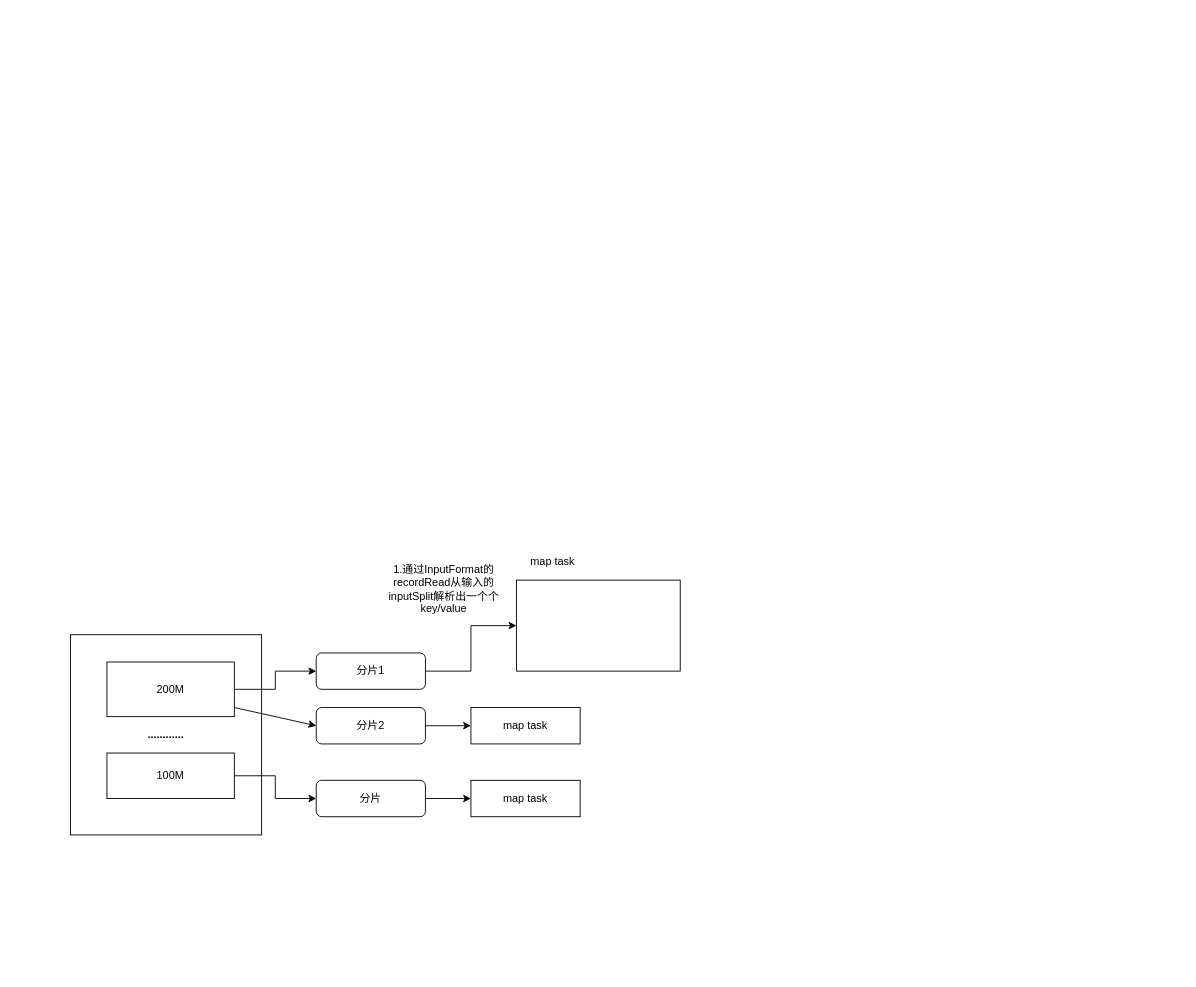
Earlier version of the draw.io diagram fangtu/.drawio.drawio (Chenhonli/mycode). Source tidied: cells renumbered, new cells numbered last; positions are measured from the earlier drawing's top-left corner, leaving out a move shared by most shapes. Both pictures are drawn from the tidied source at 91%, with x=0, y=0 at pixel (70, 552).
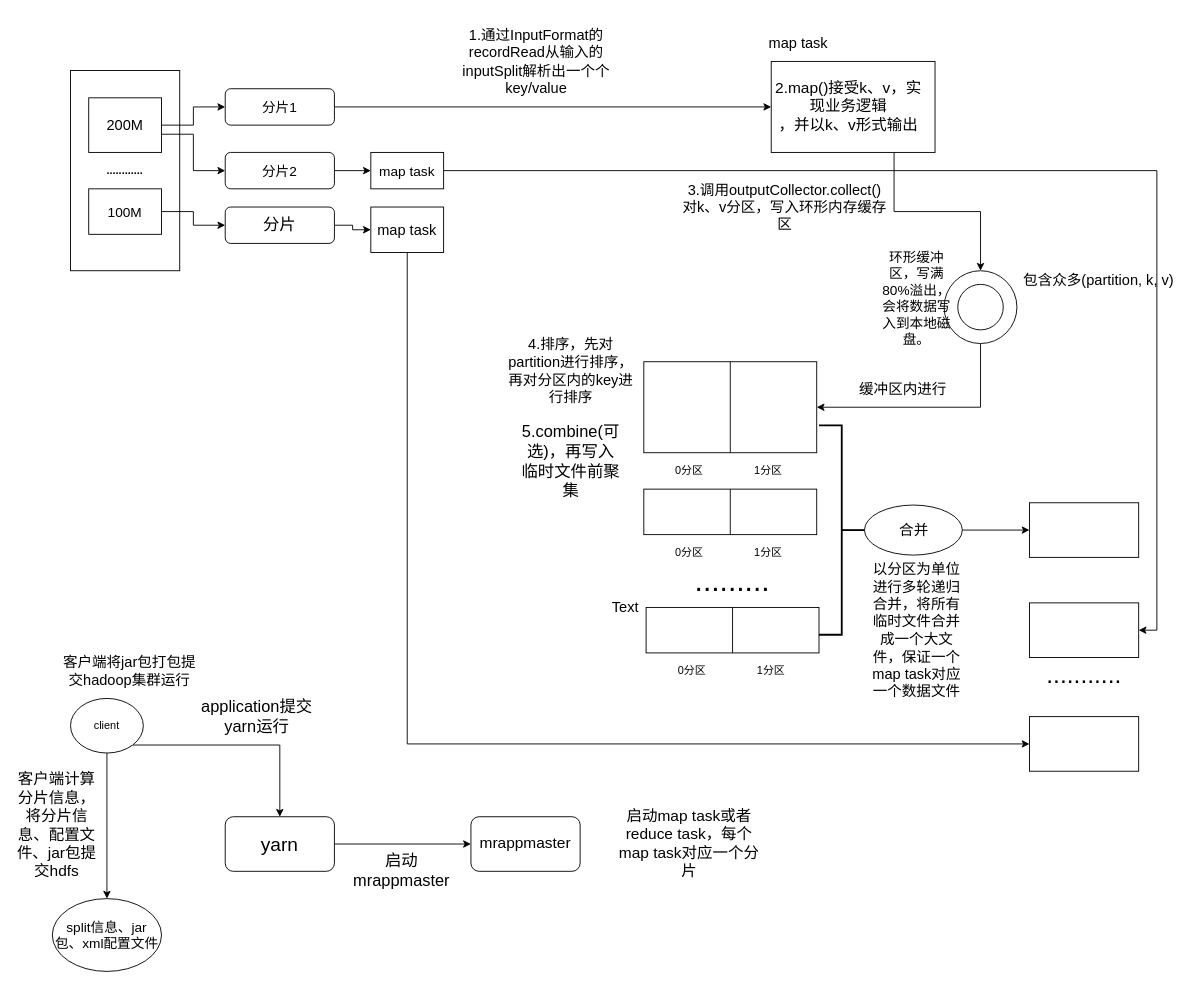
The same diagram, later.

What changed in the source:
```diff
@@
     <mxCell id="2" value="&lt;b&gt;............&lt;/b&gt;" style="rounded=0;whiteSpace=wrap;html=1;" parent="1" vertex="1">
-      <mxGeometry y="90" width="210" height="220" as="geometry" />
+      <mxGeometry y="-530" width="120" height="220" as="geometry" />
     </mxCell>
+    <mxCell id="19" style="edgeStyle=orthogonalEdgeStyle;rounded=0;jettySize=auto;html=1;" parent="1" edge="1" source="4" target="10">
+      <mxGeometry relative="1" as="geometry">
+        <Array as="points">
+          <mxPoint x="135" y="-460" />
+          <mxPoint x="135" y="-420" />
+        </Array>
+      </mxGeometry>
+    </mxCell>
     <mxCell id="3" style="edgeStyle=orthogonalEdgeStyle;rounded=0;jettySize=auto;html=1;entryX=0;entryY=0.5;entryDx=0;entryDy=0;" parent="1" edge="1" source="4" target="8">
-      <mxGeometry relative="1" as="geometry">
-        <Array as="points">
-          <mxPoint x="225" y="150" />
-          <mxPoint x="225" y="130" />
-        </Array>
-      </mxGeometry>
+      <mxGeometry relative="1" as="geometry" />
     </mxCell>
-    <mxCell id="4" value="200M" style="rounded=0;whiteSpace=wrap;html=1;" parent="1" vertex="1">
-      <mxGeometry x="40" y="120" width="140" height="60" as="geometry" />
+    <mxCell id="4" value="200M" style="rounded=0;whiteSpace=wrap;html=1;fontSize=16;" parent="1" vertex="1">
+      <mxGeometry x="20" y="-500" width="80" height="60" as="geometry" />
     </mxCell>
@@
-    <mxCell id="6" value="100M" style="rounded=0;whiteSpace=wrap;html=1;" parent="1" vertex="1">
-      <mxGeometry x="40" y="220" width="140" height="50" as="geometry" />
+    <mxCell id="6" value="100M" style="rounded=0;whiteSpace=wrap;html=1;fontSize=15;" parent="1" vertex="1">
+      <mxGeometry x="20" y="-400" width="80" height="50" as="geometry" />
     </mxCell>
@@
-    <mxCell id="8" value="分片1" style="rounded=1;whiteSpace=wrap;html=1;" parent="1" vertex="1">
-      <mxGeometry x="270" y="110" width="120" height="40" as="geometry" />
+    <mxCell id="8" value="分片1" style="rounded=1;whiteSpace=wrap;html=1;fontSize=15;" parent="1" vertex="1">
+      <mxGeometry x="170" y="-510" width="120" height="40" as="geometry" />
     </mxCell>
@@
-    <mxCell id="10" value="分片2" style="rounded=1;whiteSpace=wrap;html=1;" parent="1" vertex="1">
-      <mxGeometry x="270" y="170" width="120" height="40" as="geometry" />
+    <mxCell id="10" value="分片2" style="rounded=1;whiteSpace=wrap;html=1;fontSize=15;" parent="1" vertex="1">
+      <mxGeometry x="170" y="-440" width="120" height="40" as="geometry" />
     </mxCell>
-    <mxCell id="11" style="endArrow=classic;html=1;entryX=0;entryY=0.5;entryDx=0;entryDy=0;" parent="1" edge="1" target="10">
-      <mxGeometry relative="1" as="geometry">
-        <mxPoint x="180" y="170" as="sourcePoint" />
-        <Array as="points">
-          <mxPoint x="180" y="170" />
-        </Array>
-      </mxGeometry>
-    </mxCell>
@@
-    <mxCell id="13" value="分片" style="rounded=1;whiteSpace=wrap;html=1;" parent="1" vertex="1">
-      <mxGeometry x="270" y="250" width="120" height="40" as="geometry" />
+    <mxCell id="13" value="分片" style="rounded=1;whiteSpace=wrap;html=1;fontSize=18;" parent="1" vertex="1">
+      <mxGeometry x="170" y="-380" width="120" height="40" as="geometry" />
     </mxCell>
+    <mxCell id="20" style="edgeStyle=orthogonalEdgeStyle;rounded=0;jettySize=auto;html=1;exitX=0.75;exitY=1;exitDx=0;exitDy=0;entryX=0.5;entryY=0;entryDx=0;entryDy=0;" parent="1" edge="1" source="14" target="26">
+      <mxGeometry relative="1" as="geometry" />
+    </mxCell>
     <mxCell id="14" style="rounded=0;whiteSpace=wrap;html=1;" parent="1" vertex="1">
-      <mxGeometry x="490" y="30" width="180" height="100" as="geometry" />
+      <mxGeometry x="770" y="-540" width="180" height="100" as="geometry" />
     </mxCell>
+    <mxCell id="21" style="edgeStyle=orthogonalEdgeStyle;rounded=0;jettySize=auto;html=1;exitX=0.5;exitY=1;exitDx=0;exitDy=0;entryX=0;entryY=0.5;entryDx=0;entryDy=0;fontSize=27;" parent="1" edge="1" source="15" target="63">
+      <mxGeometry relative="1" as="geometry" />
+    </mxCell>
-    <mxCell id="15" value="map task" style="rounded=0;whiteSpace=wrap;html=1;" parent="1" vertex="1">
-      <mxGeometry x="440" y="250" width="120" height="40" as="geometry" />
+    <mxCell id="15" value="map task" style="rounded=0;whiteSpace=wrap;html=1;fontSize=16;" parent="1" vertex="1">
+      <mxGeometry x="330" y="-380" width="80" height="50" as="geometry" />
     </mxCell>
+    <mxCell id="22" style="edgeStyle=orthogonalEdgeStyle;rounded=0;jettySize=auto;html=1;exitX=1;exitY=0.5;exitDx=0;exitDy=0;entryX=1;entryY=0.5;entryDx=0;entryDy=0;fontSize=27;" parent="1" edge="1" source="16" target="64">
+      <mxGeometry relative="1" as="geometry" />
+    </mxCell>
-    <mxCell id="16" value="map task" style="rounded=0;whiteSpace=wrap;html=1;" parent="1" vertex="1">
-      <mxGeometry x="440" y="170" width="120" height="40" as="geometry" />
+    <mxCell id="16" value="map task" style="rounded=0;whiteSpace=wrap;html=1;fontSize=15;" parent="1" vertex="1">
+      <mxGeometry x="330" y="-440" width="80" height="40" as="geometry" />
     </mxCell>
-    <mxCell id="17" value="map task" style="text;html=1;strokeColor=none;fillColor=none;align=center;verticalAlign=middle;whiteSpace=wrap;rounded=0;" parent="1" vertex="1">
-      <mxGeometry x="480" width="100" height="20" as="geometry" />
+    <mxCell id="17" value="map task" style="text;html=1;strokeColor=none;fillColor=none;align=center;verticalAlign=middle;whiteSpace=wrap;rounded=0;fontSize=16;" parent="1" vertex="1">
+      <mxGeometry x="750" y="-570" width="100" height="20" as="geometry" />
     </mxCell>
+    <mxCell id="23" value="2.map()接受k、v，实现业务逻辑&lt;br style=&quot;font-size: 17px;&quot;&gt;，并以k、v形式输出" style="text;html=1;strokeColor=none;fillColor=none;align=center;verticalAlign=middle;whiteSpace=wrap;rounded=0;fontSize=17;" parent="1" vertex="1">
+      <mxGeometry x="770" y="-530" width="170" height="80" as="geometry" />
+    </mxCell>
+    <mxCell id="24" style="rounded=0;whiteSpace=wrap;html=1;" parent="1" vertex="1">
+      <mxGeometry x="630" y="-210" width="190" height="100" as="geometry" />
+    </mxCell>
+    <mxCell id="25" style="edgeStyle=orthogonalEdgeStyle;rounded=0;jettySize=auto;html=1;exitX=0.5;exitY=1;exitDx=0;exitDy=0;entryX=1;entryY=0.5;entryDx=0;entryDy=0;" parent="1" edge="1" source="26" target="24">
+      <mxGeometry relative="1" as="geometry" />
+    </mxCell>
+    <mxCell id="26" style="ellipse;whiteSpace=wrap;html=1;" parent="1" vertex="1">
+      <mxGeometry x="960" y="-310" width="80" height="80" as="geometry" />
+    </mxCell>
+    <mxCell id="27" style="ellipse;whiteSpace=wrap;html=1;" parent="1" vertex="1">
+      <mxGeometry x="975" y="-295" width="50" height="50" as="geometry" />
+    </mxCell>
+    <mxCell id="28" value="3.调用outputCollector.collect()&lt;br style=&quot;font-size: 16px;&quot;&gt;对k、v分区，写入环形内存缓存区" style="text;html=1;strokeColor=none;fillColor=none;align=center;verticalAlign=middle;whiteSpace=wrap;rounded=0;fontSize=16;" parent="1" vertex="1">
+      <mxGeometry x="670" y="-430" width="230" height="100" as="geometry" />
+    </mxCell>
+    <mxCell id="29" style="endArrow=none;html=1;entryX=0.5;entryY=0;entryDx=0;entryDy=0;" parent="1" edge="1" target="24">
+      <mxGeometry relative="1" as="geometry">
+        <mxPoint x="725" y="-110" as="sourcePoint" />
+      </mxGeometry>
+    </mxCell>
+    <mxCell id="30" value="0分区" style="text;html=1;strokeColor=none;fillColor=none;align=center;verticalAlign=middle;whiteSpace=wrap;rounded=0;" parent="1" vertex="1">
+      <mxGeometry x="660" y="-100" width="40" height="20" as="geometry" />
+    </mxCell>
+    <mxCell id="31" value="1分区" style="text;html=1;strokeColor=none;fillColor=none;align=center;verticalAlign=middle;whiteSpace=wrap;rounded=0;" parent="1" vertex="1">
+      <mxGeometry x="747" y="-100" width="40" height="20" as="geometry" />
+    </mxCell>
+    <mxCell id="32" value="环形缓冲区，写满80%溢出，会将数据写入到本地磁盘。" style="text;html=1;strokeColor=none;fillColor=none;align=center;verticalAlign=middle;whiteSpace=wrap;rounded=0;fontSize=15;" parent="1" vertex="1">
+      <mxGeometry x="890" y="-310" width="80" height="60" as="geometry" />
+    </mxCell>
+    <mxCell id="33" value="包含众多(partition, k, v)" style="text;html=1;strokeColor=none;fillColor=none;align=center;verticalAlign=middle;whiteSpace=wrap;rounded=0;fontSize=16;" parent="1" vertex="1">
+      <mxGeometry x="1040" y="-310" width="180" height="20" as="geometry" />
+    </mxCell>
+    <mxCell id="34" value="4.排序，先对partition进行排序，再对分区内的key进行排序" style="text;html=1;strokeColor=none;fillColor=none;align=center;verticalAlign=middle;whiteSpace=wrap;rounded=0;fontSize=16;" parent="1" vertex="1">
+      <mxGeometry x="480" y="-220" width="140" height="40" as="geometry" />
+    </mxCell>
+    <mxCell id="35" value="5.combine(可选)，再写入临时文件前聚集" style="text;html=1;strokeColor=none;fillColor=none;align=center;verticalAlign=middle;whiteSpace=wrap;rounded=0;fontSize=18;" parent="1" vertex="1">
+      <mxGeometry x="495" y="-110" width="110" height="20" as="geometry" />
+    </mxCell>
+    <mxCell id="36" style="edgeStyle=orthogonalEdgeStyle;rounded=0;jettySize=auto;html=1;exitX=0.5;exitY=1;exitDx=0;exitDy=0;" parent="1" edge="1" source="38" target="43">
+      <mxGeometry relative="1" as="geometry" />
+    </mxCell>
+    <mxCell id="37" style="edgeStyle=orthogonalEdgeStyle;rounded=0;jettySize=auto;html=1;exitX=1;exitY=1;exitDx=0;exitDy=0;entryX=0.5;entryY=0;entryDx=0;entryDy=0;" parent="1" edge="1" source="38" target="41">
+      <mxGeometry relative="1" as="geometry" />
+    </mxCell>
+    <mxCell id="38" value="client" style="ellipse;whiteSpace=wrap;html=1;" parent="1" vertex="1">
+      <mxGeometry y="160" width="80" height="60" as="geometry" />
+    </mxCell>
+    <mxCell id="39" value="客户端将jar包打包提交hadoop集群运行" style="text;html=1;strokeColor=none;fillColor=none;align=center;verticalAlign=middle;whiteSpace=wrap;rounded=0;fontSize=16;" parent="1" vertex="1">
+      <mxGeometry x="-10" y="120" width="150" height="20" as="geometry" />
+    </mxCell>
+    <mxCell id="40" style="edgeStyle=orthogonalEdgeStyle;rounded=0;jettySize=auto;html=1;" parent="1" edge="1" source="41" target="42">
+      <mxGeometry relative="1" as="geometry" />
+    </mxCell>
+    <mxCell id="41" value="yarn" style="rounded=1;whiteSpace=wrap;html=1;fontSize=21;" parent="1" vertex="1">
+      <mxGeometry x="170" y="290" width="120" height="60" as="geometry" />
+    </mxCell>
+    <mxCell id="42" value="mrappmaster" style="rounded=1;whiteSpace=wrap;html=1;fontSize=17;" parent="1" vertex="1">
+      <mxGeometry x="440" y="290" width="120" height="60" as="geometry" />
+    </mxCell>
+    <mxCell id="43" value="split信息、jar包、xml配置文件" style="ellipse;whiteSpace=wrap;html=1;fontSize=15;" parent="1" vertex="1">
+      <mxGeometry x="-20" y="380" width="120" height="80" as="geometry" />
+    </mxCell>
+    <mxCell id="44" value="客户端计算分片信息，将分片信息、配置文件、jar包提交hdfs" style="text;html=1;strokeColor=none;fillColor=none;align=center;verticalAlign=middle;whiteSpace=wrap;rounded=0;fontSize=17;" parent="1" vertex="1">
+      <mxGeometry x="-60" y="290" width="90" height="20" as="geometry" />
+    </mxCell>
+    <mxCell id="45" value="application提交yarn运行" style="text;html=1;strokeColor=none;fillColor=none;align=center;verticalAlign=middle;whiteSpace=wrap;rounded=0;fontSize=18;" parent="1" vertex="1">
+      <mxGeometry x="140" y="170" width="130" height="20" as="geometry" />
+    </mxCell>
+    <mxCell id="46" value="启动mrappmaster" style="text;html=1;strokeColor=none;fillColor=none;align=center;verticalAlign=middle;whiteSpace=wrap;rounded=0;fontSize=18;" parent="1" vertex="1">
+      <mxGeometry x="344" y="340" width="40" height="20" as="geometry" />
+    </mxCell>
+    <mxCell id="47" value="启动map task或者reduce task，每个map task对应一个分片" style="text;html=1;strokeColor=none;fillColor=none;align=center;verticalAlign=middle;whiteSpace=wrap;rounded=0;fontSize=17;" parent="1" vertex="1">
+      <mxGeometry x="600" y="310" width="160" height="20" as="geometry" />
+    </mxCell>
-    <mxCell id="18" value="1.通过InputFormat的&lt;br&gt;recordRead从输入的&lt;br&gt;inputSplit解析出一个个&lt;br&gt;key/value" style="text;html=1;align=center;verticalAlign=middle;" parent="1" vertex="1">
-      <mxGeometry x="340" y="10" width="140" height="60" as="geometry" />
+    <mxCell id="18" value="&lt;span style=&quot;font-size: 16px;&quot;&gt;1.通过InputFormat的&lt;/span&gt;&lt;br style=&quot;font-size: 16px;&quot;&gt;&lt;span style=&quot;font-size: 16px;&quot;&gt;recordRead从输入的&lt;/span&gt;&lt;br style=&quot;font-size: 16px;&quot;&gt;&lt;span style=&quot;font-size: 16px;&quot;&gt;inputSplit解析出一个个&lt;/span&gt;&lt;br style=&quot;font-size: 16px;&quot;&gt;&lt;span style=&quot;font-size: 16px;&quot;&gt;key/value&lt;/span&gt;" style="text;html=1;strokeColor=none;fillColor=none;align=center;verticalAlign=middle;whiteSpace=wrap;rounded=0;fontSize=16;" parent="1" vertex="1">
+      <mxGeometry x="374" y="-590" width="276" height="100" as="geometry" />
     </mxCell>
+    <mxCell id="48" value="缓冲区内进行" style="text;html=1;strokeColor=none;fillColor=none;align=center;verticalAlign=middle;whiteSpace=wrap;rounded=0;fontSize=16;" parent="1" vertex="1">
+      <mxGeometry x="860" y="-190" width="110" height="20" as="geometry" />
+    </mxCell>
+    <mxCell id="49" style="rounded=0;whiteSpace=wrap;html=1;" parent="1" vertex="1">
+      <mxGeometry x="630" y="-70" width="190" height="50" as="geometry" />
+    </mxCell>
+    <mxCell id="50" style="endArrow=none;html=1;entryX=0.5;entryY=0;entryDx=0;entryDy=0;" parent="1" edge="1" target="49">
+      <mxGeometry relative="1" as="geometry">
+        <mxPoint x="725" y="-20" as="sourcePoint" />
+      </mxGeometry>
+    </mxCell>
+    <mxCell id="51" value="0分区" style="text;html=1;strokeColor=none;fillColor=none;align=center;verticalAlign=middle;whiteSpace=wrap;rounded=0;" parent="1" vertex="1">
+      <mxGeometry x="660" y="-10" width="40" height="20" as="geometry" />
+    </mxCell>
+    <mxCell id="52" value="1分区" style="text;html=1;strokeColor=none;fillColor=none;align=center;verticalAlign=middle;whiteSpace=wrap;rounded=0;" parent="1" vertex="1">
+      <mxGeometry x="747" y="-10" width="40" height="20" as="geometry" />
+    </mxCell>
+    <mxCell id="53" value="........." style="text;html=1;strokeColor=none;fillColor=none;align=center;verticalAlign=middle;whiteSpace=wrap;rounded=0;fontSize=33;" parent="1" vertex="1">
+      <mxGeometry x="705" y="20" width="45" height="20" as="geometry" />
+    </mxCell>
+    <mxCell id="54" style="rounded=0;whiteSpace=wrap;html=1;" parent="1" vertex="1">
+      <mxGeometry x="632.5" y="60" width="190" height="50" as="geometry" />
+    </mxCell>
+    <mxCell id="55" style="endArrow=none;html=1;entryX=0.5;entryY=0;entryDx=0;entryDy=0;" parent="1" edge="1" target="54">
+      <mxGeometry relative="1" as="geometry">
+        <mxPoint x="727.5" y="110" as="sourcePoint" />
+      </mxGeometry>
+    </mxCell>
+    <mxCell id="56" value="0分区" style="text;html=1;strokeColor=none;fillColor=none;align=center;verticalAlign=middle;whiteSpace=wrap;rounded=0;" parent="1" vertex="1">
+      <mxGeometry x="662.5" y="120" width="40" height="20" as="geometry" />
+    </mxCell>
+    <mxCell id="57" value="1分区" style="text;html=1;strokeColor=none;fillColor=none;align=center;verticalAlign=middle;whiteSpace=wrap;rounded=0;" parent="1" vertex="1">
+      <mxGeometry x="749.5" y="120" width="40" height="20" as="geometry" />
+    </mxCell>
+    <mxCell id="58" style="strokeWidth=2;html=1;shape=mxgraph.flowchart.annotation_2;align=left;labelPosition=right;fontSize=16;direction=west;" parent="1" vertex="1">
+      <mxGeometry x="822.5" y="-140" width="50" height="230" as="geometry" />
+    </mxCell>
+    <mxCell id="59" style="edgeStyle=orthogonalEdgeStyle;rounded=0;jettySize=auto;html=1;fontSize=16;" parent="1" edge="1" source="60" target="62">
+      <mxGeometry relative="1" as="geometry" />
+    </mxCell>
+    <mxCell id="60" value="合并" style="ellipse;whiteSpace=wrap;html=1;fontSize=16;" parent="1" vertex="1">
+      <mxGeometry x="872.5" y="-52.5" width="107.5" height="55" as="geometry" />
+    </mxCell>
+    <mxCell id="61" value="以分区为单位进行多轮递归合并，将所有临时文件合并成一个大文件，保证一个map task对应一个数据文件" style="text;html=1;strokeColor=none;fillColor=none;align=center;verticalAlign=middle;whiteSpace=wrap;rounded=0;fontSize=16;" parent="1" vertex="1">
+      <mxGeometry x="880" y="75" width="100" height="20" as="geometry" />
+    </mxCell>
+    <mxCell id="62" style="whiteSpace=wrap;html=1;fontSize=16;" parent="1" vertex="1">
+      <mxGeometry x="1053.8" y="-55" width="120" height="60" as="geometry" />
+    </mxCell>
+    <mxCell id="63" style="rounded=0;whiteSpace=wrap;html=1;fontSize=16;" parent="1" vertex="1">
+      <mxGeometry x="1053.8" y="180" width="120" height="60" as="geometry" />
+    </mxCell>
+    <mxCell id="64" style="rounded=0;whiteSpace=wrap;html=1;fontSize=16;" parent="1" vertex="1">
+      <mxGeometry x="1053.8" y="55" width="120" height="60" as="geometry" />
+    </mxCell>
+    <mxCell id="65" value="Text" style="text;html=1;strokeColor=none;fillColor=none;align=center;verticalAlign=middle;whiteSpace=wrap;rounded=0;fontSize=16;" parent="1" vertex="1">
+      <mxGeometry x="590" y="50" width="40" height="20" as="geometry" />
+    </mxCell>
+    <mxCell id="66" value="..........." style="text;html=1;strokeColor=none;fillColor=none;align=center;verticalAlign=middle;whiteSpace=wrap;rounded=0;fontSize=27;" parent="1" vertex="1">
+      <mxGeometry x="1093.8" y="120" width="40" height="30" as="geometry" />
+    </mxCell>
```
